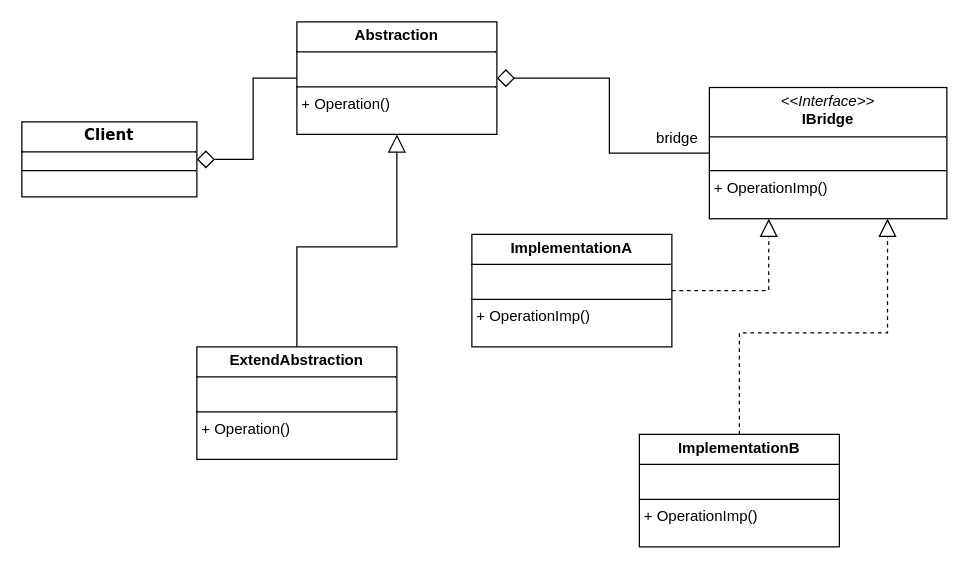
Dara-Coder/Design-Pattern keeps this draw.io diagram as TypeScript/Bridge/Bridge.drawio. Above is the earlier version. Source tidied: cells renumbered, new cells numbered last; positions are measured from the earlier drawing's top-left corner, leaving out a move shared by most shapes. Both pictures are drawn from the tidied source at 125%, with x=0, y=0 at pixel (21, 21).
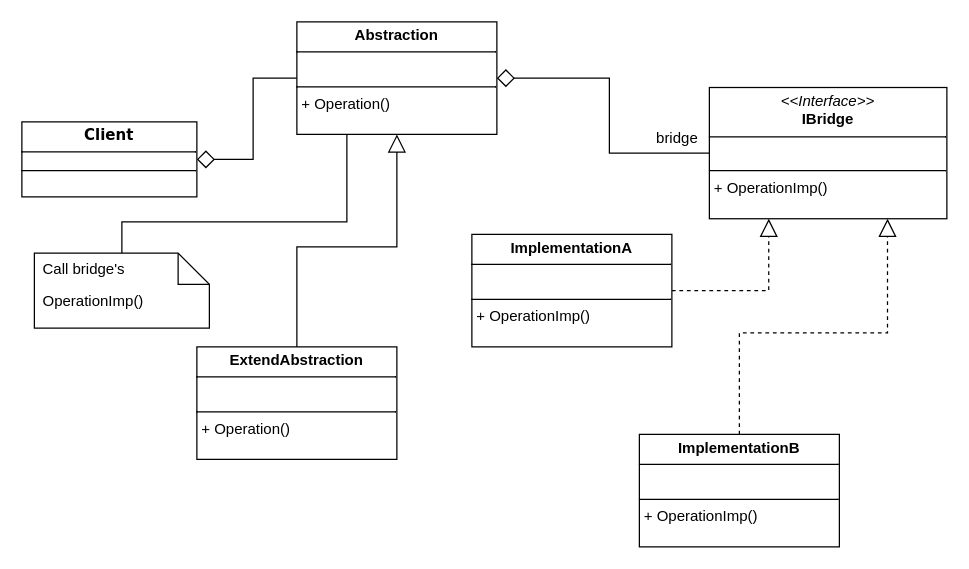
After the change.

Diff of the diagram source:
```diff
@@
 <mxGraphModel>
   <root>
     <mxCell id="0" />
     <mxCell id="1" parent="0" />
     <mxCell id="2" style="edgeStyle=orthogonalEdgeStyle;rounded=0;jettySize=auto;html=1;endArrow=none;endFill=0;startArrow=diamond;startFill=0;startSize=12;" parent="1" edge="1" source="3" target="5">
       <mxGeometry relative="1" as="geometry" />
     </mxCell>
     <mxCell id="3" value="&lt;p style=&quot;margin:0px;margin-top:4px;text-align:center;&quot;&gt;&lt;b&gt;&lt;font face=&quot;Verdana&quot; style=&quot;font-size: 12px;&quot;&gt;Client&lt;/font&gt;&lt;/b&gt;&lt;/p&gt;&lt;hr size=&quot;1&quot; style=&quot;border-style:solid;&quot;&gt;&lt;div style=&quot;height:2px;&quot;&gt;&lt;/div&gt;&lt;hr size=&quot;1&quot; style=&quot;border-style:solid;&quot;&gt;&lt;div style=&quot;height:2px;&quot;&gt;&lt;/div&gt;" style="verticalAlign=top;align=left;overflow=fill;html=1;whiteSpace=wrap;" parent="1" vertex="1">
       <mxGeometry y="80" width="140" height="60" as="geometry" />
     </mxCell>
     <mxCell id="4" style="edgeStyle=orthogonalEdgeStyle;rounded=0;jettySize=auto;html=1;endArrow=none;endFill=0;startArrow=diamond;startFill=0;startSize=12;" parent="1" edge="1" source="5" target="6">
       <mxGeometry relative="1" as="geometry" />
     </mxCell>
     <mxCell id="5" value="&lt;p style=&quot;margin:0px;margin-top:4px;text-align:center;&quot;&gt;&lt;b&gt;Abstraction&lt;/b&gt;&lt;/p&gt;&lt;hr size=&quot;1&quot; style=&quot;border-style:solid;&quot;&gt;&lt;p style=&quot;margin:0px;margin-left:4px;&quot;&gt;&lt;br&gt;&lt;/p&gt;&lt;hr size=&quot;1&quot; style=&quot;border-style:solid;&quot;&gt;&lt;p style=&quot;margin:0px;margin-left:4px;&quot;&gt;+ Operation()&lt;/p&gt;" style="verticalAlign=top;align=left;overflow=fill;html=1;whiteSpace=wrap;" parent="1" vertex="1">
       <mxGeometry x="220" width="160" height="90" as="geometry" />
     </mxCell>
     <mxCell id="6" value="&lt;p style=&quot;margin:0px;margin-top:4px;text-align:center;&quot;&gt;&lt;i&gt;&amp;lt;&amp;lt;Interface&amp;gt;&amp;gt;&lt;/i&gt;&lt;br&gt;&lt;b&gt;IBridge&lt;/b&gt;&lt;/p&gt;&lt;hr size=&quot;1&quot; style=&quot;border-style:solid;&quot;&gt;&lt;p style=&quot;margin:0px;margin-left:4px;&quot;&gt;&lt;br&gt;&lt;/p&gt;&lt;hr size=&quot;1&quot; style=&quot;border-style:solid;&quot;&gt;&lt;p style=&quot;margin:0px;margin-left:4px;&quot;&gt;+ OperationImp()&lt;br&gt;&lt;/p&gt;" style="verticalAlign=top;align=left;overflow=fill;html=1;whiteSpace=wrap;" parent="1" vertex="1">
       <mxGeometry x="550" y="52.5" width="190" height="105" as="geometry" />
     </mxCell>
     <mxCell id="7" value="bridge" style="text;html=1;align=center;verticalAlign=middle;strokeColor=none;fillColor=none;" parent="1" vertex="1">
       <mxGeometry x="494" y="78" width="60" height="30" as="geometry" />
     </mxCell>
     <mxCell id="8" style="edgeStyle=orthogonalEdgeStyle;rounded=0;jettySize=auto;html=1;entryX=0.25;entryY=1;entryDx=0;entryDy=0;dashed=1;endArrow=block;endFill=0;endSize=12;" parent="1" edge="1" source="9" target="6">
       <mxGeometry relative="1" as="geometry" />
     </mxCell>
     <mxCell id="9" value="&lt;p style=&quot;margin:0px;margin-top:4px;text-align:center;&quot;&gt;&lt;b&gt;ImplementationA&lt;/b&gt;&lt;/p&gt;&lt;hr size=&quot;1&quot; style=&quot;border-style:solid;&quot;&gt;&lt;p style=&quot;margin:0px;margin-left:4px;&quot;&gt;&lt;br&gt;&lt;/p&gt;&lt;hr size=&quot;1&quot; style=&quot;border-style:solid;&quot;&gt;&lt;p style=&quot;margin:0px;margin-left:4px;&quot;&gt;+ OperationImp()&lt;/p&gt;" style="verticalAlign=top;align=left;overflow=fill;html=1;whiteSpace=wrap;" parent="1" vertex="1">
       <mxGeometry x="360" y="170" width="160" height="90" as="geometry" />
     </mxCell>
     <mxCell id="10" style="edgeStyle=orthogonalEdgeStyle;rounded=0;jettySize=auto;html=1;entryX=0.75;entryY=1;entryDx=0;entryDy=0;endArrow=block;endFill=0;endSize=12;dashed=1;" parent="1" edge="1" source="11" target="6">
       <mxGeometry relative="1" as="geometry" />
     </mxCell>
     <mxCell id="11" value="&lt;p style=&quot;margin:0px;margin-top:4px;text-align:center;&quot;&gt;&lt;b&gt;ImplementationB&lt;/b&gt;&lt;/p&gt;&lt;hr size=&quot;1&quot; style=&quot;border-style:solid;&quot;&gt;&lt;p style=&quot;margin:0px;margin-left:4px;&quot;&gt;&lt;br&gt;&lt;/p&gt;&lt;hr size=&quot;1&quot; style=&quot;border-style:solid;&quot;&gt;&lt;p style=&quot;margin:0px;margin-left:4px;&quot;&gt;+ OperationImp()&lt;/p&gt;" style="verticalAlign=top;align=left;overflow=fill;html=1;whiteSpace=wrap;" parent="1" vertex="1">
       <mxGeometry x="494" y="330" width="160" height="90" as="geometry" />
     </mxCell>
     <mxCell id="12" style="edgeStyle=orthogonalEdgeStyle;rounded=0;jettySize=auto;html=1;entryX=0.5;entryY=1;entryDx=0;entryDy=0;endArrow=block;endFill=0;endSize=12;" parent="1" edge="1" source="13" target="5">
       <mxGeometry relative="1" as="geometry" />
     </mxCell>
     <mxCell id="13" value="&lt;p style=&quot;margin:0px;margin-top:4px;text-align:center;&quot;&gt;&lt;b&gt;ExtendAbstraction&lt;/b&gt;&lt;/p&gt;&lt;hr size=&quot;1&quot; style=&quot;border-style:solid;&quot;&gt;&lt;p style=&quot;margin:0px;margin-left:4px;&quot;&gt;&lt;br&gt;&lt;/p&gt;&lt;hr size=&quot;1&quot; style=&quot;border-style:solid;&quot;&gt;&lt;p style=&quot;margin:0px;margin-left:4px;&quot;&gt;+ Operation()&lt;/p&gt;" style="verticalAlign=top;align=left;overflow=fill;html=1;whiteSpace=wrap;" parent="1" vertex="1">
       <mxGeometry x="140" y="260" width="160" height="90" as="geometry" />
     </mxCell>
+    <mxCell id="14" style="edgeStyle=orthogonalEdgeStyle;rounded=0;jettySize=auto;html=1;entryX=0.25;entryY=1;entryDx=0;entryDy=0;endArrow=none;endFill=0;" parent="1" edge="1" source="15" target="5">
+      <mxGeometry relative="1" as="geometry">
+        <Array as="points">
+          <mxPoint x="80" y="160" />
+          <mxPoint x="260" y="160" />
+        </Array>
+      </mxGeometry>
+    </mxCell>
+    <mxCell id="15" value="OperationImp()" style="shape=note2;boundedLbl=1;whiteSpace=wrap;html=1;size=25;verticalAlign=top;align=left;spacingLeft=5;" parent="1" vertex="1">
+      <mxGeometry x="10" y="185" width="140" height="60" as="geometry" />
+    </mxCell>
+    <mxCell id="16" value="Call bridge's" style="strokeColor=none;fillColor=none;align=left;spacingLeft=5;whiteSpace=wrap;html=1;" parent="15" vertex="1">
+      <mxGeometry width="140" height="25" relative="1" as="geometry" />
+    </mxCell>
   </root>
 </mxGraphModel>
```
